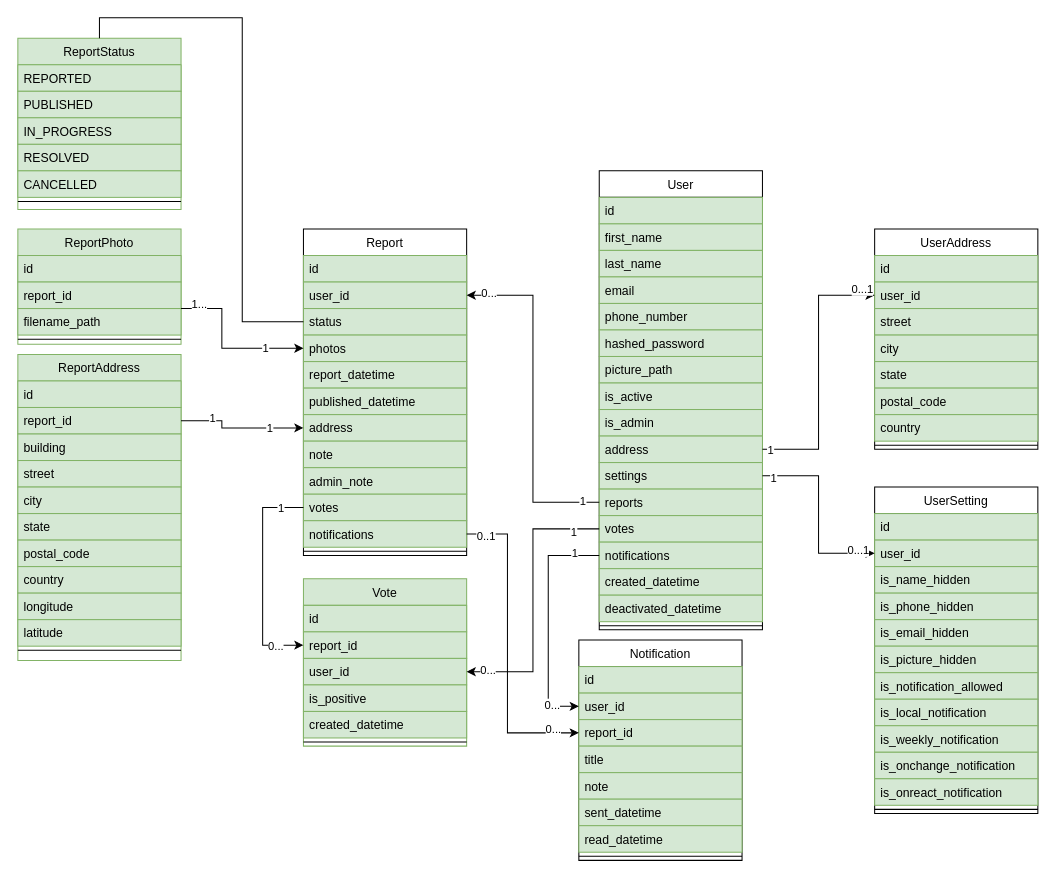
Above: backend/classes.drawio in Yessirskiy/MTAAProject25 (draw.io), before the change. Source tidied: cells renumbered, new cells numbered last; positions are measured from the earlier drawing's top-left corner, leaving out a move shared by most shapes. Both pictures are drawn from the tidied source at 102%, with x=0, y=0 at pixel (17, 38).
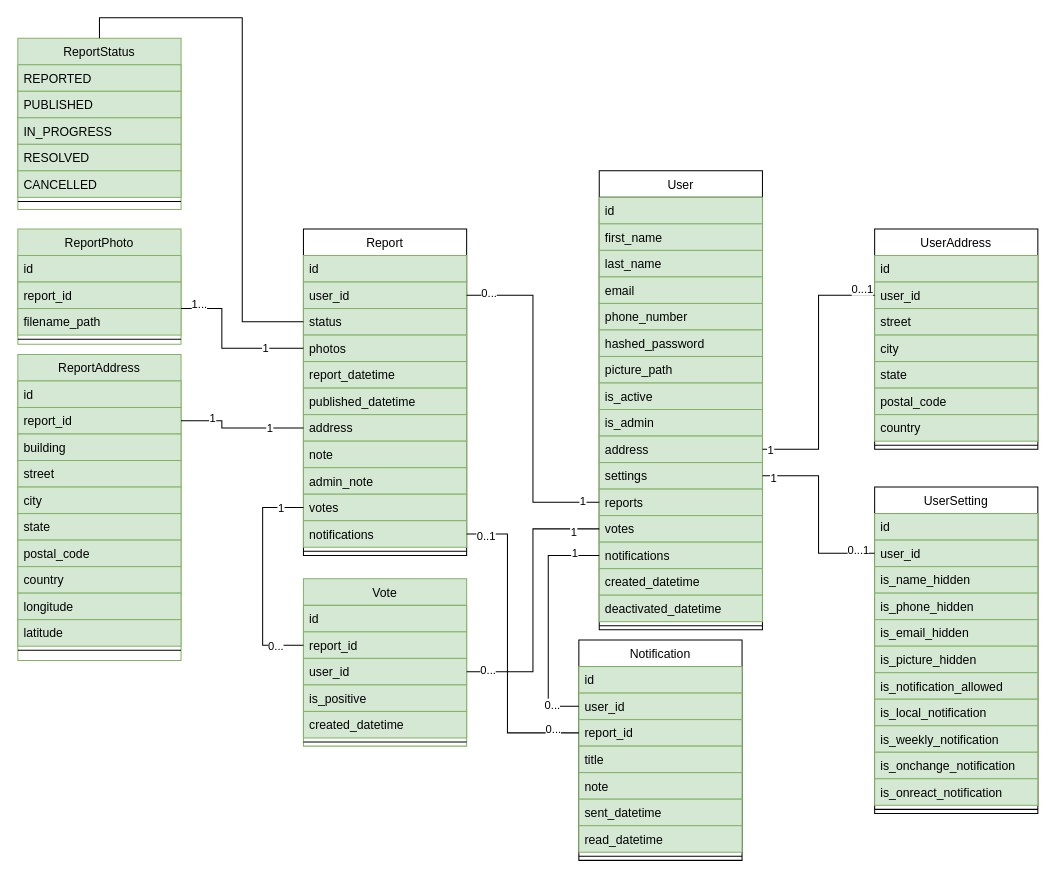
The same diagram, later.

Unchanged cells that the change refers to:
```xml
<mxCell id="12" value="address" style="text;align=left;verticalAlign=top;spacingLeft=4;spacingRight=4;overflow=hidden;points=[[0,0.5],[1,0.5]];portConstraint=eastwest;rounded=0;shadow=0;html=0;fillColor=#d5e8d4;strokeColor=#82b366;" parent="2" vertex="1">
  <mxGeometry y="260" width="160" height="26" as="geometry" />
</mxCell>
<mxCell id="13" value="settings" style="text;align=left;verticalAlign=top;spacingLeft=4;spacingRight=4;overflow=hidden;points=[[0,0.5],[1,0.5]];portConstraint=eastwest;rounded=0;shadow=0;html=0;fillColor=#d5e8d4;strokeColor=#82b366;" parent="2" vertex="1">
  <mxGeometry y="286" width="160" height="26" as="geometry" />
</mxCell>
<mxCell id="14" value="reports" style="text;align=left;verticalAlign=top;spacingLeft=4;spacingRight=4;overflow=hidden;points=[[0,0.5],[1,0.5]];portConstraint=eastwest;rounded=0;shadow=0;html=0;fillColor=#d5e8d4;strokeColor=#82b366;" parent="2" vertex="1">
  <mxGeometry y="312" width="160" height="26" as="geometry" />
</mxCell>
<mxCell id="15" value="votes" style="text;align=left;verticalAlign=top;spacingLeft=4;spacingRight=4;overflow=hidden;points=[[0,0.5],[1,0.5]];portConstraint=eastwest;rounded=0;shadow=0;html=0;fillColor=#d5e8d4;strokeColor=#82b366;" parent="2" vertex="1">
  <mxGeometry y="338" width="160" height="26" as="geometry" />
</mxCell>
<mxCell id="16" value="notifications" style="text;align=left;verticalAlign=top;spacingLeft=4;spacingRight=4;overflow=hidden;points=[[0,0.5],[1,0.5]];portConstraint=eastwest;rounded=0;shadow=0;html=0;fillColor=#d5e8d4;strokeColor=#82b366;" parent="2" vertex="1">
  <mxGeometry y="364" width="160" height="26" as="geometry" />
</mxCell>
<mxCell id="22" value="user_id" style="text;align=left;verticalAlign=top;spacingLeft=4;spacingRight=4;overflow=hidden;points=[[0,0.5],[1,0.5]];portConstraint=eastwest;fillColor=#d5e8d4;strokeColor=#82b366;" parent="20" vertex="1">
  <mxGeometry y="52" width="160" height="26" as="geometry" />
</mxCell>
<mxCell id="34" value="user_id" style="text;align=left;verticalAlign=top;spacingLeft=4;spacingRight=4;overflow=hidden;points=[[0,0.5],[1,0.5]];portConstraint=eastwest;fillColor=#d5e8d4;strokeColor=#82b366;" parent="32" vertex="1">
  <mxGeometry y="52" width="160" height="26" as="geometry" />
</mxCell>
<mxCell id="50" value="user_id" style="text;align=left;verticalAlign=top;spacingLeft=4;spacingRight=4;overflow=hidden;points=[[0,0.5],[1,0.5]];portConstraint=eastwest;fillColor=#d5e8d4;strokeColor=#82b366;" parent="48" vertex="1">
  <mxGeometry y="52" width="160" height="26" as="geometry" />
</mxCell>
<mxCell id="52" value="photos" style="text;align=left;verticalAlign=top;spacingLeft=4;spacingRight=4;overflow=hidden;points=[[0,0.5],[1,0.5]];portConstraint=eastwest;rounded=0;shadow=0;html=0;fillColor=#d5e8d4;strokeColor=#82b366;" parent="48" vertex="1">
  <mxGeometry y="104" width="160" height="26" as="geometry" />
</mxCell>
<mxCell id="55" value="address" style="text;align=left;verticalAlign=top;spacingLeft=4;spacingRight=4;overflow=hidden;points=[[0,0.5],[1,0.5]];portConstraint=eastwest;rounded=0;shadow=0;html=0;fillColor=#d5e8d4;strokeColor=#82b366;" parent="48" vertex="1">
  <mxGeometry y="182" width="160" height="26" as="geometry" />
</mxCell>
<mxCell id="58" value="votes" style="text;align=left;verticalAlign=top;spacingLeft=4;spacingRight=4;overflow=hidden;points=[[0,0.5],[1,0.5]];portConstraint=eastwest;rounded=0;shadow=0;html=0;fillColor=#d5e8d4;strokeColor=#82b366;" parent="48" vertex="1">
  <mxGeometry y="260" width="160" height="26" as="geometry" />
</mxCell>
<mxCell id="59" value="notifications" style="text;align=left;verticalAlign=top;spacingLeft=4;spacingRight=4;overflow=hidden;points=[[0,0.5],[1,0.5]];portConstraint=eastwest;rounded=0;shadow=0;html=0;fillColor=#d5e8d4;strokeColor=#82b366;" parent="48" vertex="1">
  <mxGeometry y="286" width="160" height="26" as="geometry" />
</mxCell>
<mxCell id="74" value="report_id" style="text;align=left;verticalAlign=top;spacingLeft=4;spacingRight=4;overflow=hidden;points=[[0,0.5],[1,0.5]];portConstraint=eastwest;fillColor=#d5e8d4;strokeColor=#82b366;" parent="72" vertex="1">
  <mxGeometry y="52" width="160" height="26" as="geometry" />
</mxCell>
<mxCell id="82" value="report_id" style="text;align=left;verticalAlign=top;spacingLeft=4;spacingRight=4;overflow=hidden;points=[[0,0.5],[1,0.5]];portConstraint=eastwest;fillColor=#d5e8d4;strokeColor=#82b366;" parent="80" vertex="1">
  <mxGeometry y="52" width="160" height="26" as="geometry" />
</mxCell>
<mxCell id="97" value="report_id" style="text;align=left;verticalAlign=top;spacingLeft=4;spacingRight=4;overflow=hidden;points=[[0,0.5],[1,0.5]];portConstraint=eastwest;fillColor=#d5e8d4;strokeColor=#82b366;" parent="95" vertex="1">
  <mxGeometry y="52" width="160" height="26" as="geometry" />
</mxCell>
<mxCell id="98" value="user_id" style="text;align=left;verticalAlign=top;spacingLeft=4;spacingRight=4;overflow=hidden;points=[[0,0.5],[1,0.5]];portConstraint=eastwest;fillColor=#d5e8d4;strokeColor=#82b366;" parent="95" vertex="1">
  <mxGeometry y="78" width="160" height="26" as="geometry" />
</mxCell>
<mxCell id="110" value="user_id" style="text;align=left;verticalAlign=top;spacingLeft=4;spacingRight=4;overflow=hidden;points=[[0,0.5],[1,0.5]];portConstraint=eastwest;fillColor=#d5e8d4;strokeColor=#82b366;" parent="108" vertex="1">
  <mxGeometry y="52" width="160" height="26" as="geometry" />
</mxCell>
<mxCell id="111" value="report_id" style="text;align=left;verticalAlign=top;spacingLeft=4;spacingRight=4;overflow=hidden;points=[[0,0.5],[1,0.5]];portConstraint=eastwest;fillColor=#d5e8d4;strokeColor=#82b366;" parent="108" vertex="1">
  <mxGeometry y="78" width="160" height="26" as="geometry" />
</mxCell>
```

Diff of the diagram source:
```diff
@@
-    <mxCell id="29" style="edgeStyle=orthogonalEdgeStyle;rounded=0;jettySize=auto;html=1;" parent="1" edge="1" source="12" target="22">
+    <mxCell id="29" style="edgeStyle=orthogonalEdgeStyle;rounded=0;jettySize=auto;html=1;endArrow=none;startFill=0;" parent="1" edge="1" source="12" target="22">
       <mxGeometry relative="1" as="geometry" />
     </mxCell>
@@
-    <mxCell id="45" style="edgeStyle=orthogonalEdgeStyle;rounded=0;jettySize=auto;html=1;exitX=1;exitY=0.5;exitDx=0;exitDy=0;entryX=0;entryY=0.5;entryDx=0;entryDy=0;" parent="1" edge="1" source="13" target="34">
+    <mxCell id="45" style="edgeStyle=orthogonalEdgeStyle;rounded=0;jettySize=auto;html=1;exitX=1;exitY=0.5;exitDx=0;exitDy=0;entryX=0;entryY=0.5;entryDx=0;entryDy=0;endArrow=none;startFill=0;" parent="1" edge="1" source="13" target="34">
       <mxGeometry relative="1" as="geometry" />
     </mxCell>
@@
-    <mxCell id="61" style="edgeStyle=orthogonalEdgeStyle;rounded=0;jettySize=auto;html=1;exitX=0;exitY=0.5;exitDx=0;exitDy=0;entryX=1;entryY=0.5;entryDx=0;entryDy=0;" parent="1" edge="1" source="14" target="50">
+    <mxCell id="61" style="edgeStyle=orthogonalEdgeStyle;rounded=0;jettySize=auto;html=1;exitX=0;exitY=0.5;exitDx=0;exitDy=0;entryX=1;entryY=0.5;entryDx=0;entryDy=0;endArrow=none;startFill=0;" parent="1" edge="1" source="14" target="50">
       <mxGeometry relative="1" as="geometry" />
     </mxCell>
@@
-    <mxCell id="77" style="edgeStyle=orthogonalEdgeStyle;rounded=0;jettySize=auto;html=1;" parent="1" edge="1" source="74" target="52">
+    <mxCell id="77" style="edgeStyle=orthogonalEdgeStyle;rounded=0;jettySize=auto;html=1;endArrow=none;startFill=0;" parent="1" edge="1" source="74" target="52">
       <mxGeometry relative="1" as="geometry">
         <Array as="points">
           <mxPoint x="200" y="265" />
           <mxPoint x="200" y="304" />
         </Array>
       </mxGeometry>
     </mxCell>
@@
-    <mxCell id="92" style="edgeStyle=orthogonalEdgeStyle;rounded=0;jettySize=auto;html=1;exitX=1;exitY=0.5;exitDx=0;exitDy=0;entryX=0;entryY=0.5;entryDx=0;entryDy=0;" parent="1" edge="1" source="82" target="55">
+    <mxCell id="92" style="edgeStyle=orthogonalEdgeStyle;rounded=0;jettySize=auto;html=1;exitX=1;exitY=0.5;exitDx=0;exitDy=0;entryX=0;entryY=0.5;entryDx=0;entryDy=0;endArrow=none;startFill=0;" parent="1" edge="1" source="82" target="55">
       <mxGeometry relative="1" as="geometry">
         <Array as="points">
           <mxPoint x="200" y="375" />
           <mxPoint x="200" y="382" />
         </Array>
       </mxGeometry>
     </mxCell>
@@
-    <mxCell id="102" style="edgeStyle=orthogonalEdgeStyle;rounded=0;jettySize=auto;html=1;exitX=0;exitY=0.5;exitDx=0;exitDy=0;entryX=0;entryY=0.5;entryDx=0;entryDy=0;" parent="1" edge="1" source="58" target="97">
+    <mxCell id="102" style="edgeStyle=orthogonalEdgeStyle;rounded=0;jettySize=auto;html=1;exitX=0;exitY=0.5;exitDx=0;exitDy=0;entryX=0;entryY=0.5;entryDx=0;entryDy=0;endArrow=none;startFill=0;" parent="1" edge="1" source="58" target="97">
       <mxGeometry relative="1" as="geometry">
         <Array as="points">
           <mxPoint x="240" y="460" />
           <mxPoint x="240" y="595" />
         </Array>
       </mxGeometry>
     </mxCell>
@@
-    <mxCell id="105" style="edgeStyle=orthogonalEdgeStyle;rounded=0;jettySize=auto;html=1;exitX=0;exitY=0.5;exitDx=0;exitDy=0;entryX=1;entryY=0.5;entryDx=0;entryDy=0;" parent="1" edge="1" source="15" target="98">
+    <mxCell id="105" style="edgeStyle=orthogonalEdgeStyle;rounded=0;jettySize=auto;html=1;exitX=0;exitY=0.5;exitDx=0;exitDy=0;entryX=1;entryY=0.5;entryDx=0;entryDy=0;endArrow=none;startFill=0;" parent="1" edge="1" source="15" target="98">
       <mxGeometry relative="1" as="geometry" />
     </mxCell>
@@
-    <mxCell id="117" style="edgeStyle=orthogonalEdgeStyle;rounded=0;jettySize=auto;html=1;exitX=0;exitY=0.5;exitDx=0;exitDy=0;entryX=0;entryY=0.5;entryDx=0;entryDy=0;" parent="1" edge="1" source="16" target="110">
+    <mxCell id="117" style="edgeStyle=orthogonalEdgeStyle;rounded=0;jettySize=auto;html=1;exitX=0;exitY=0.5;exitDx=0;exitDy=0;entryX=0;entryY=0.5;entryDx=0;entryDy=0;endArrow=none;startFill=0;" parent="1" edge="1" source="16" target="110">
       <mxGeometry relative="1" as="geometry">
         <Array as="points">
           <mxPoint x="520" y="507" />
           <mxPoint x="520" y="655" />
         </Array>
       </mxGeometry>
     </mxCell>
@@
-    <mxCell id="120" style="edgeStyle=orthogonalEdgeStyle;rounded=0;jettySize=auto;html=1;exitX=1;exitY=0.5;exitDx=0;exitDy=0;entryX=0;entryY=0.5;entryDx=0;entryDy=0;" parent="1" edge="1" source="59" target="111">
+    <mxCell id="120" style="edgeStyle=orthogonalEdgeStyle;rounded=0;jettySize=auto;html=1;exitX=1;exitY=0.5;exitDx=0;exitDy=0;entryX=0;entryY=0.5;entryDx=0;entryDy=0;endArrow=none;startFill=0;" parent="1" edge="1" source="59" target="111">
       <mxGeometry relative="1" as="geometry">
         <Array as="points">
           <mxPoint x="480" y="486" />
           <mxPoint x="480" y="681" />
         </Array>
       </mxGeometry>
     </mxCell>
```
